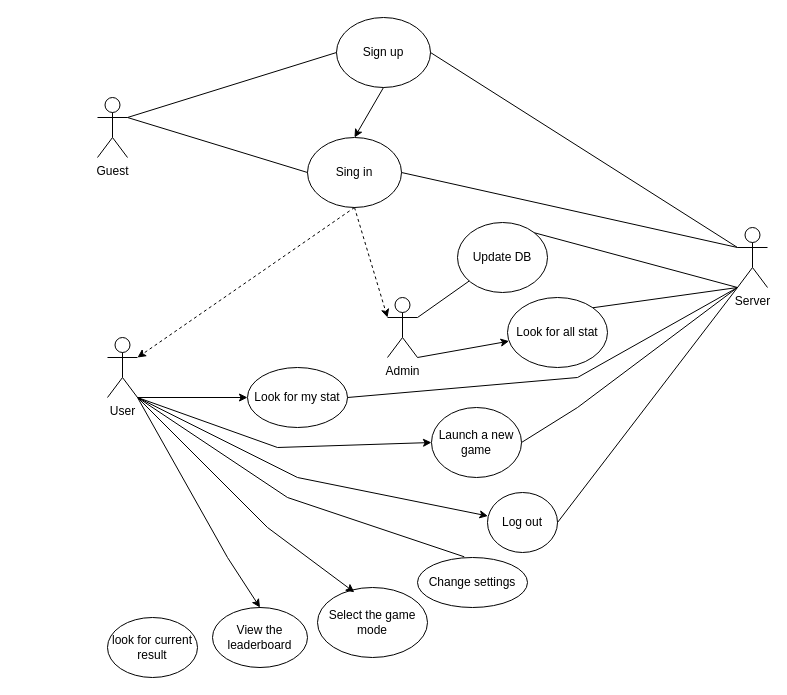
The draw.io diagram diagram.drawio in Esper77/Math-test, before the edit. Source tidied: cells renumbered, new cells numbered last; positions are measured from the earlier drawing's top-left corner, leaving out a move shared by most shapes. Both pictures are drawn from the tidied source at 100%, with x=0, y=0 at pixel (97, 17).
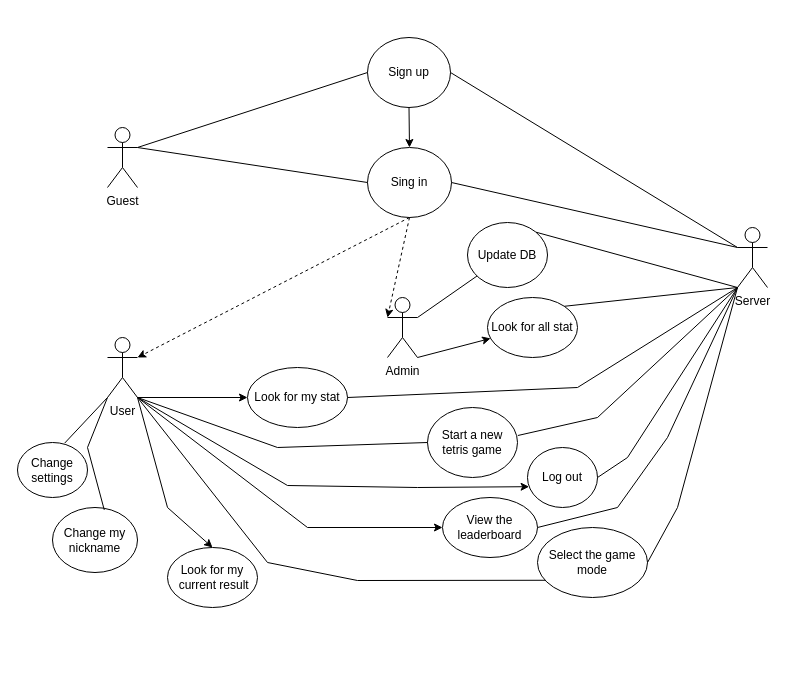
Above is the later version.

The change refers to these unchanged cells:
```xml
<mxCell id="4" value="User" style="shape=umlActor;verticalLabelPosition=bottom;verticalAlign=top;html=1;outlineConnect=0;" parent="1" vertex="1">
  <mxGeometry x="10" y="320" width="30" height="60" as="geometry" />
</mxCell>
<mxCell id="8" value="Server&lt;div&gt;&lt;br&gt;&lt;/div&gt;" style="shape=umlActor;verticalLabelPosition=bottom;verticalAlign=top;html=1;outlineConnect=0;" parent="1" vertex="1">
  <mxGeometry x="640" y="210" width="30" height="60" as="geometry" />
</mxCell>
<mxCell id="21" value="Look for my stat" style="ellipse;whiteSpace=wrap;html=1;" parent="1" vertex="1">
  <mxGeometry x="150" y="350" width="100" height="60" as="geometry" />
</mxCell>
```

The edit, as a diff of the source:
```diff
@@
     <mxCell id="2" value="Guest" style="shape=umlActor;verticalLabelPosition=bottom;verticalAlign=top;html=1;outlineConnect=0;" parent="1" vertex="1">
-      <mxGeometry y="80" width="30" height="60" as="geometry" />
+      <mxGeometry x="10" y="110" width="30" height="60" as="geometry" />
     </mxCell>
@@
     <mxCell id="5" value="Sign up" style="ellipse;whiteSpace=wrap;html=1;" parent="1" vertex="1">
-      <mxGeometry x="239" width="94" height="70" as="geometry" />
+      <mxGeometry x="270" y="20" width="83" height="70" as="geometry" />
     </mxCell>
     <mxCell id="6" value="Sing in" style="ellipse;whiteSpace=wrap;html=1;" parent="1" vertex="1">
-      <mxGeometry x="210" y="120" width="94" height="70" as="geometry" />
+      <mxGeometry x="270" y="130" width="84" height="70" as="geometry" />
     </mxCell>
@@
     <mxCell id="15" value="L&lt;span style=&quot;background-color: transparent; color: light-dark(rgb(0, 0, 0), rgb(255, 255, 255));&quot;&gt;ook for all stat&lt;/span&gt;" style="ellipse;whiteSpace=wrap;html=1;" parent="1" vertex="1">
-      <mxGeometry x="410" y="280" width="100" height="70" as="geometry" />
+      <mxGeometry x="390" y="280" width="90" height="60" as="geometry" />
     </mxCell>
@@
     <mxCell id="17" value="Update DB" style="ellipse;whiteSpace=wrap;html=1;" parent="1" vertex="1">
-      <mxGeometry x="360" y="205" width="90" height="70" as="geometry" />
+      <mxGeometry x="370" y="205" width="80" height="65" as="geometry" />
     </mxCell>
@@
     <mxCell id="23" style="endArrow=none;html=1;rounded=0;exitX=1;exitY=0.5;exitDx=0;exitDy=0;entryX=0;entryY=1;entryDx=0;entryDy=0;entryPerimeter=0;" parent="1" edge="1" source="21" target="8">
       <mxGeometry relative="1" as="geometry">
         <Array as="points">
-          <mxPoint x="480" y="360" />
+          <mxPoint x="480" y="370" />
         </Array>
       </mxGeometry>
     </mxCell>
     <mxCell id="24" value="Select the game mode" style="ellipse;whiteSpace=wrap;html=1;" parent="1" vertex="1">
-      <mxGeometry x="220" y="570" width="110" height="70" as="geometry" />
+      <mxGeometry x="440" y="510" width="110" height="70" as="geometry" />
     </mxCell>
-    <mxCell id="25" value="Launch a new game" style="ellipse;whiteSpace=wrap;html=1;" parent="1" vertex="1">
-      <mxGeometry x="334" y="390" width="90" height="70" as="geometry" />
+    <mxCell id="25" value="Start a new tetris game" style="ellipse;whiteSpace=wrap;html=1;" parent="1" vertex="1">
+      <mxGeometry x="330" y="390" width="90" height="70" as="geometry" />
     </mxCell>
-    <mxCell id="26" style="endArrow=classic;html=1;rounded=0;exitX=1;exitY=1;exitDx=0;exitDy=0;exitPerimeter=0;entryX=0;entryY=0.5;entryDx=0;entryDy=0;endFill=1;" parent="1" edge="1" source="4" target="25">
+    <mxCell id="26" style="endArrow=none;html=1;rounded=0;exitX=1;exitY=1;exitDx=0;exitDy=0;exitPerimeter=0;entryX=0;entryY=0.5;entryDx=0;entryDy=0;endFill=1;startFill=0;" parent="1" edge="1" source="4" target="25">
       <mxGeometry relative="1" as="geometry">
         <Array as="points">
           <mxPoint x="180" y="430" />
         </Array>
       </mxGeometry>
     </mxCell>
-    <mxCell id="27" style="endArrow=classic;html=1;rounded=0;exitX=1;exitY=1;exitDx=0;exitDy=0;exitPerimeter=0;entryX=0.335;entryY=0.068;entryDx=0;entryDy=0;entryPerimeter=0;endFill=1;" parent="1" edge="1" source="4" target="24">
+    <mxCell id="27" style="endArrow=none;html=1;rounded=0;exitX=1;exitY=1;exitDx=0;exitDy=0;exitPerimeter=0;entryX=0.069;entryY=0.754;entryDx=0;entryDy=0;endFill=1;startFill=0;entryPerimeter=0;" parent="1" edge="1" source="4" target="24">
       <mxGeometry relative="1" as="geometry">
         <Array as="points">
-          <mxPoint x="170" y="510" />
+          <mxPoint x="170" y="545" />
+          <mxPoint x="260" y="563" />
         </Array>
       </mxGeometry>
     </mxCell>
     <mxCell id="28" value="Change settings" style="ellipse;whiteSpace=wrap;html=1;" parent="1" vertex="1">
-      <mxGeometry x="320" y="540" width="110" height="50" as="geometry" />
+      <mxGeometry x="-80" y="425" width="70" height="55" as="geometry" />
     </mxCell>
-    <mxCell id="29" style="endArrow=none;html=1;rounded=0;entryX=1;entryY=1;entryDx=0;entryDy=0;entryPerimeter=0;exitX=0.425;exitY=-0.014;exitDx=0;exitDy=0;exitPerimeter=0;" parent="1" edge="1" source="28" target="4">
-      <mxGeometry relative="1" as="geometry">
-        <Array as="points">
-          <mxPoint x="190" y="480" />
-        </Array>
-      </mxGeometry>
+    <mxCell id="29" style="endArrow=none;html=1;rounded=0;entryX=0.674;entryY=0.011;entryDx=0;entryDy=0;entryPerimeter=0;endFill=1;exitX=0;exitY=1;exitDx=0;exitDy=0;exitPerimeter=0;startFill=0;" parent="1" edge="1" source="4" target="28">
+      <mxGeometry relative="1" as="geometry" />
     </mxCell>
     <mxCell id="30" value="View the leaderboard" style="ellipse;whiteSpace=wrap;html=1;" parent="1" vertex="1">
-      <mxGeometry x="115" y="590" width="95" height="60" as="geometry" />
+      <mxGeometry x="345" y="480" width="95" height="60" as="geometry" />
     </mxCell>
-    <mxCell id="31" style="endArrow=classic;html=1;rounded=0;exitX=1;exitY=1;exitDx=0;exitDy=0;exitPerimeter=0;entryX=0.5;entryY=0;entryDx=0;entryDy=0;" parent="1" edge="1" source="4" target="30">
+    <mxCell id="31" style="endArrow=classic;html=1;rounded=0;exitX=1;exitY=1;exitDx=0;exitDy=0;exitPerimeter=0;entryX=0;entryY=0.5;entryDx=0;entryDy=0;" parent="1" edge="1" source="4" target="30">
       <mxGeometry relative="1" as="geometry">
         <Array as="points">
-          <mxPoint x="130" y="540" />
+          <mxPoint x="210" y="510" />
         </Array>
       </mxGeometry>
     </mxCell>
     <mxCell id="32" value="Log out" style="ellipse;whiteSpace=wrap;html=1;" parent="1" vertex="1">
-      <mxGeometry x="390" y="475" width="70" height="60" as="geometry" />
+      <mxGeometry x="430" y="430" width="70" height="60" as="geometry" />
     </mxCell>
-    <mxCell id="33" style="endArrow=none;html=1;rounded=0;entryX=1;entryY=0.5;entryDx=0;entryDy=0;" parent="1" edge="1" target="25">
+    <mxCell id="33" style="endArrow=none;html=1;rounded=0;entryX=1.004;entryY=0.4;entryDx=0;entryDy=0;entryPerimeter=0;" parent="1" edge="1" target="25">
       <mxGeometry relative="1" as="geometry">
         <mxPoint x="640" y="270" as="sourcePoint" />
         <Array as="points">
-          <mxPoint x="480" y="390" />
+          <mxPoint x="500" y="400" />
         </Array>
       </mxGeometry>
     </mxCell>
-    <mxCell id="34" style="endArrow=classic;html=1;rounded=0;exitX=1;exitY=1;exitDx=0;exitDy=0;exitPerimeter=0;entryX=0.006;entryY=0.392;entryDx=0;entryDy=0;entryPerimeter=0;" parent="1" edge="1" source="4" target="32">
+    <mxCell id="34" style="endArrow=classic;html=1;rounded=0;exitX=1;exitY=1;exitDx=0;exitDy=0;exitPerimeter=0;entryX=0.023;entryY=0.653;entryDx=0;entryDy=0;entryPerimeter=0;" parent="1" edge="1" source="4" target="32">
       <mxGeometry relative="1" as="geometry">
         <Array as="points">
-          <mxPoint x="200" y="460" />
+          <mxPoint x="190" y="468" />
+          <mxPoint x="320" y="470" />
         </Array>
       </mxGeometry>
     </mxCell>
     <mxCell id="35" style="endArrow=none;html=1;rounded=0;exitX=1;exitY=0.5;exitDx=0;exitDy=0;" parent="1" edge="1" source="32">
       <mxGeometry relative="1" as="geometry">
         <mxPoint x="640" y="270" as="targetPoint" />
+        <Array as="points">
+          <mxPoint x="530" y="440" />
+        </Array>
       </mxGeometry>
     </mxCell>
-    <mxCell id="36" value="look for current result" style="ellipse;whiteSpace=wrap;html=1;" parent="1" vertex="1">
-      <mxGeometry x="10" y="600" width="90" height="60" as="geometry" />
+    <mxCell id="36" value="Look for my&lt;div&gt;&lt;span style=&quot;background-color: transparent; color: light-dark(rgb(0, 0, 0), rgb(255, 255, 255));&quot;&gt;&amp;nbsp;current result&lt;/span&gt;&lt;/div&gt;" style="ellipse;whiteSpace=wrap;html=1;" parent="1" vertex="1">
+      <mxGeometry x="70" y="530" width="90" height="60" as="geometry" />
     </mxCell>
+    <mxCell id="37" value="Change my nickname" style="ellipse;whiteSpace=wrap;html=1;" parent="1" vertex="1">
+      <mxGeometry x="-45" y="490" width="85" height="65" as="geometry" />
+    </mxCell>
+    <mxCell id="38" style="endArrow=none;html=1;rounded=0;exitX=1;exitY=0.5;exitDx=0;exitDy=0;" parent="1" edge="1" source="24">
+      <mxGeometry relative="1" as="geometry">
+        <mxPoint x="640" y="270" as="targetPoint" />
+        <Array as="points">
+          <mxPoint x="580" y="490" />
+        </Array>
+      </mxGeometry>
+    </mxCell>
+    <mxCell id="39" style="edgeStyle=orthogonalEdgeStyle;rounded=0;orthogonalLoop=1;jettySize=auto;html=1;exitX=0.5;exitY=1;exitDx=0;exitDy=0;" parent="1" edge="1" source="28" target="28">
+      <mxGeometry relative="1" as="geometry" />
+    </mxCell>
+    <mxCell id="40" style="endArrow=none;html=1;rounded=0;exitX=1;exitY=0.5;exitDx=0;exitDy=0;entryX=0;entryY=1;entryDx=0;entryDy=0;entryPerimeter=0;" parent="1" edge="1" source="30" target="8">
+      <mxGeometry relative="1" as="geometry">
+        <Array as="points">
+          <mxPoint x="520" y="490" />
+          <mxPoint x="570" y="420" />
+        </Array>
+      </mxGeometry>
+    </mxCell>
+    <mxCell id="41" style="endArrow=classic;html=1;rounded=0;entryX=0.5;entryY=0;entryDx=0;entryDy=0;exitX=1;exitY=1;exitDx=0;exitDy=0;exitPerimeter=0;" parent="1" edge="1" source="4" target="36">
+      <mxGeometry relative="1" as="geometry">
+        <Array as="points">
+          <mxPoint x="70" y="490" />
+        </Array>
+      </mxGeometry>
+    </mxCell>
+    <mxCell id="42" style="endArrow=none;html=1;rounded=0;exitX=0;exitY=1;exitDx=0;exitDy=0;exitPerimeter=0;entryX=0.609;entryY=0.037;entryDx=0;entryDy=0;entryPerimeter=0;startFill=0;" parent="1" edge="1" source="4" target="37">
+      <mxGeometry relative="1" as="geometry">
+        <Array as="points">
+          <mxPoint x="-10" y="430" />
+        </Array>
+      </mxGeometry>
+    </mxCell>
+    <mxCell id="43" style="edgeStyle=orthogonalEdgeStyle;rounded=0;orthogonalLoop=1;jettySize=auto;html=1;exitX=0.5;exitY=1;exitDx=0;exitDy=0;" parent="1" edge="1" source="28" target="28">
+      <mxGeometry relative="1" as="geometry" />
+    </mxCell>
```
